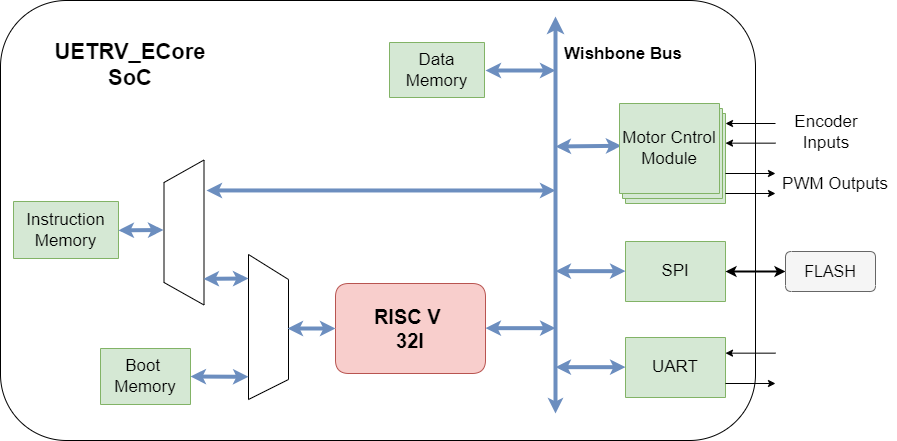
Earlier version of the draw.io export docs/soc.png (ee-uet/UETRV-ECORE). Source tidied: cells renumbered, new cells last; positions are measured from the earlier drawing's top-left corner, leaving out a move shared by most shapes.
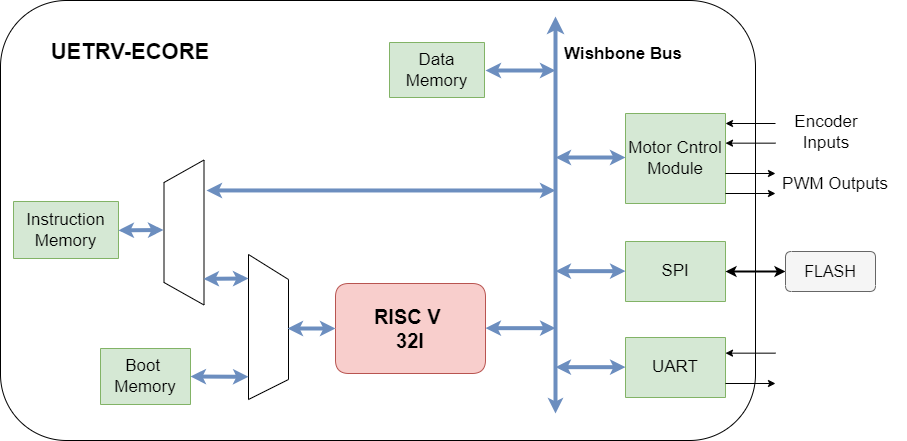
Above is the later version.

What changed in the source:
```diff
@@ -3,7 +3,7 @@
     <mxCell id="0" />
     <mxCell id="1" parent="0" />
     <mxCell id="2" style="group;" parent="1" vertex="1">
-      <mxGeometry width="896" height="440" as="geometry" />
+      <mxGeometry width="905" height="440" as="geometry" />
     </mxCell>
     <mxCell id="3" value="&lt;div style=&quot;font-size: 17px;&quot;&gt;&lt;font style=&quot;font-size: 17px; font-family: helvetica; color: rgb(0, 0, 0); direction: ltr; letter-spacing: 0px; line-height: 120%; opacity: 1;&quot;&gt;PWM Outputs&lt;/font&gt;&lt;/div&gt;" style="verticalAlign=middle;align=center;vsdxID=9;fillColor=none;gradientColor=none;shape=(stored shape, 160 characters);strokeColor=none;spacingTop=-3;spacingBottom=-3;spacingLeft=-3;spacingRight=-3;labelBackgroundColor=none;rounded=0;html=1;whiteSpace=wrap;fontSize=17;" parent="2" vertex="1">
       <mxGeometry x="774" y="164" width="122" height="39" as="geometry" />
@@ -63,10 +63,10 @@
     <mxCell id="16" value="&lt;div style=&quot;font-size: 16px;&quot;&gt;&lt;font style=&quot;font-size: 16px; font-family: Helvetica; color: rgb(0, 0, 0); direction: ltr; letter-spacing: 0px; line-height: 120%; opacity: 1;&quot;&gt;FLASH&lt;/font&gt;&lt;/div&gt;" style="verticalAlign=middle;align=center;vsdxID=14;fillColor=#f5f5f5;shape=(stored shape, 188 characters);strokeColor=#666666;spacingTop=-3;spacingBottom=-3;spacingLeft=-3;spacingRight=-3;labelBackgroundColor=none;rounded=1;html=1;whiteSpace=wrap;fontColor=#333333;fontSize=16;" parent="4" vertex="1">
       <mxGeometry x="785" y="251" width="90" height="40" as="geometry" />
     </mxCell>
-    <mxCell id="17" style="vsdxID=16;edgeStyle=none;startArrow=classic;endArrow=classic;startSize=3;endSize=3;strokeColor=#6c8ebf;spacingTop=0;spacingBottom=0;spacingLeft=0;spacingRight=0;verticalAlign=middle;html=1;labelBackgroundColor=#ffffff;rounded=0;strokeWidth=4;entryX=0.019;entryY=0.592;entryDx=0;entryDy=0;entryPerimeter=0;" parent="4" edge="1">
+    <mxCell id="17" style="vsdxID=16;edgeStyle=none;startArrow=classic;endArrow=classic;startSize=3;endSize=3;strokeColor=#6c8ebf;spacingTop=0;spacingBottom=0;spacingLeft=0;spacingRight=0;verticalAlign=middle;html=1;labelBackgroundColor=#ffffff;rounded=0;strokeWidth=4;" parent="4" edge="1">
       <mxGeometry relative="1" as="geometry">
-        <mxPoint x="555" y="146" as="sourcePoint" />
-        <mxPoint x="620.9" y="145.3" as="targetPoint" />
+        <mxPoint x="555" y="157" as="sourcePoint" />
+        <mxPoint x="625" y="157" as="targetPoint" />
         <mxPoint x="-30" y="102" as="offset" />
       </mxGeometry>
     </mxCell>
@@ -135,7 +135,7 @@
         <mxPoint x="-30" y="102" as="offset" />
       </mxGeometry>
     </mxCell>
-    <mxCell id="28" value="&lt;font face=&quot;helvetica&quot;&gt;UETRV_ECore&lt;br&gt;&lt;/font&gt;SoC" style="text;whiteSpace=wrap;html=1;fontSize=22;align=center;fontStyle=1;" parent="4" vertex="1">
+    <mxCell id="28" value="&lt;font face=&quot;helvetica&quot;&gt;UETRV-ECORE&lt;/font&gt;" style="text;whiteSpace=wrap;html=1;fontSize=22;align=center;fontStyle=1;" parent="4" vertex="1">
       <mxGeometry x="40" y="32" width="180" height="78" as="geometry" />
     </mxCell>
     <mxCell id="29" style="vsdxID=12;edgeStyle=none;startArrow=none;endArrow=classic;startSize=5;endSize=5;strokeColor=#000000;spacingTop=0;spacingBottom=0;spacingLeft=0;spacingRight=0;verticalAlign=middle;html=1;labelBackgroundColor=#ffffff;rounded=0;" parent="4" edge="1">
@@ -188,11 +188,5 @@
         <mxPoint x="-30" y="102" as="offset" />
       </mxGeometry>
     </mxCell>
-    <mxCell id="38" value="&lt;div style=&quot;font-size: 17px;&quot;&gt;&lt;font style=&quot;font-size: 17px; font-family: helvetica; color: rgb(0, 0, 0); direction: ltr; letter-spacing: 0px; line-height: 120%; opacity: 1;&quot;&gt;Motor Cntrol Module&lt;/font&gt;&lt;/div&gt;" style="verticalAlign=middle;align=center;vsdxID=5;fillColor=#d5e8d4;gradientColor=none;shape=(stored shape, 160 characters);strokeColor=#82b366;spacingTop=-3;spacingBottom=-3;spacingLeft=-3;spacingRight=-3;labelBackgroundColor=none;rounded=0;html=1;whiteSpace=wrap;fontSize=17;" parent="2" vertex="1">
-      <mxGeometry x="622" y="108" width="100" height="90" as="geometry" />
-    </mxCell>
-    <mxCell id="39" value="&lt;div style=&quot;font-size: 17px;&quot;&gt;&lt;font style=&quot;font-size: 17px; font-family: helvetica; color: rgb(0, 0, 0); direction: ltr; letter-spacing: 0px; line-height: 120%; opacity: 1;&quot;&gt;Motor Cntrol Module&lt;/font&gt;&lt;/div&gt;" style="verticalAlign=middle;align=center;vsdxID=5;fillColor=#d5e8d4;gradientColor=none;shape=(stored shape, 160 characters);strokeColor=#82b366;spacingTop=-3;spacingBottom=-3;spacingLeft=-3;spacingRight=-3;labelBackgroundColor=none;rounded=0;html=1;whiteSpace=wrap;fontSize=17;" parent="2" vertex="1">
-      <mxGeometry x="619" y="103" width="100" height="90" as="geometry" />
-    </mxCell>
   </root>
 </mxGraphModel>
```
